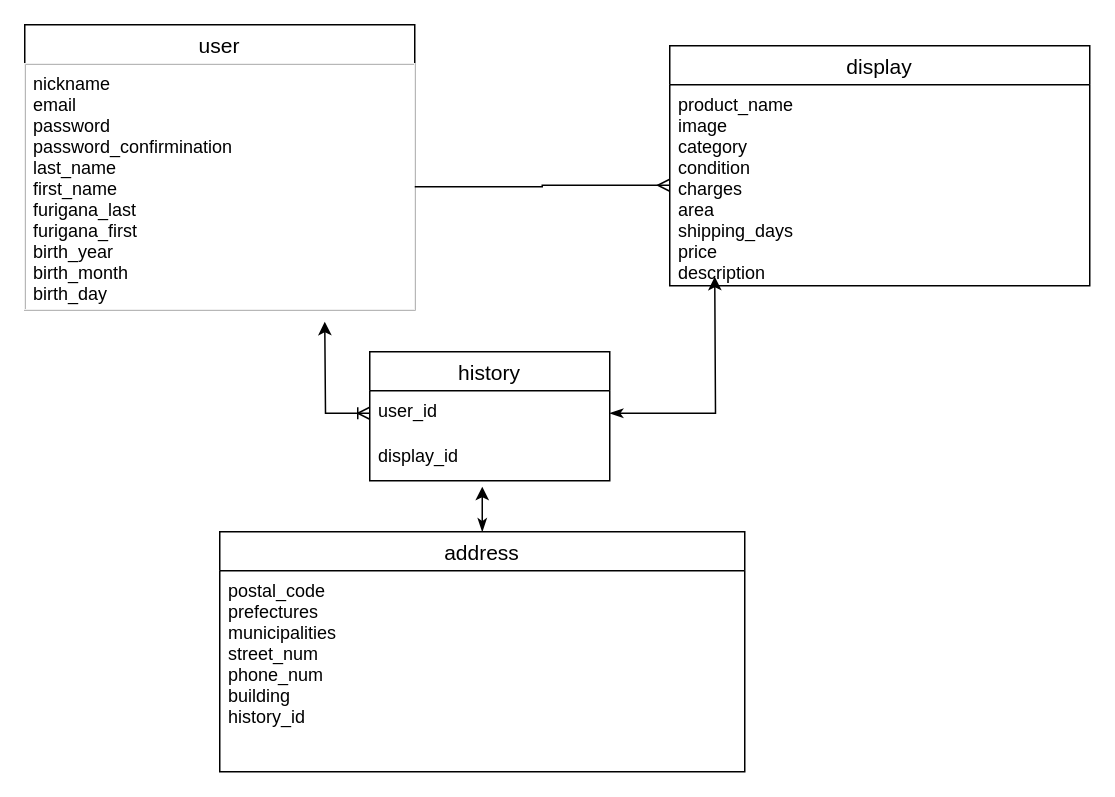
Above: furima.dio in isseiyasuda/furima-31961 (draw.io), before the change. Source tidied: cells renumbered, new cells numbered last; positions are measured from the earlier drawing's top-left corner, leaving out a move shared by most shapes. Both pictures are drawn from the tidied source at 150%, with x=0, y=0 at pixel (24, 24).
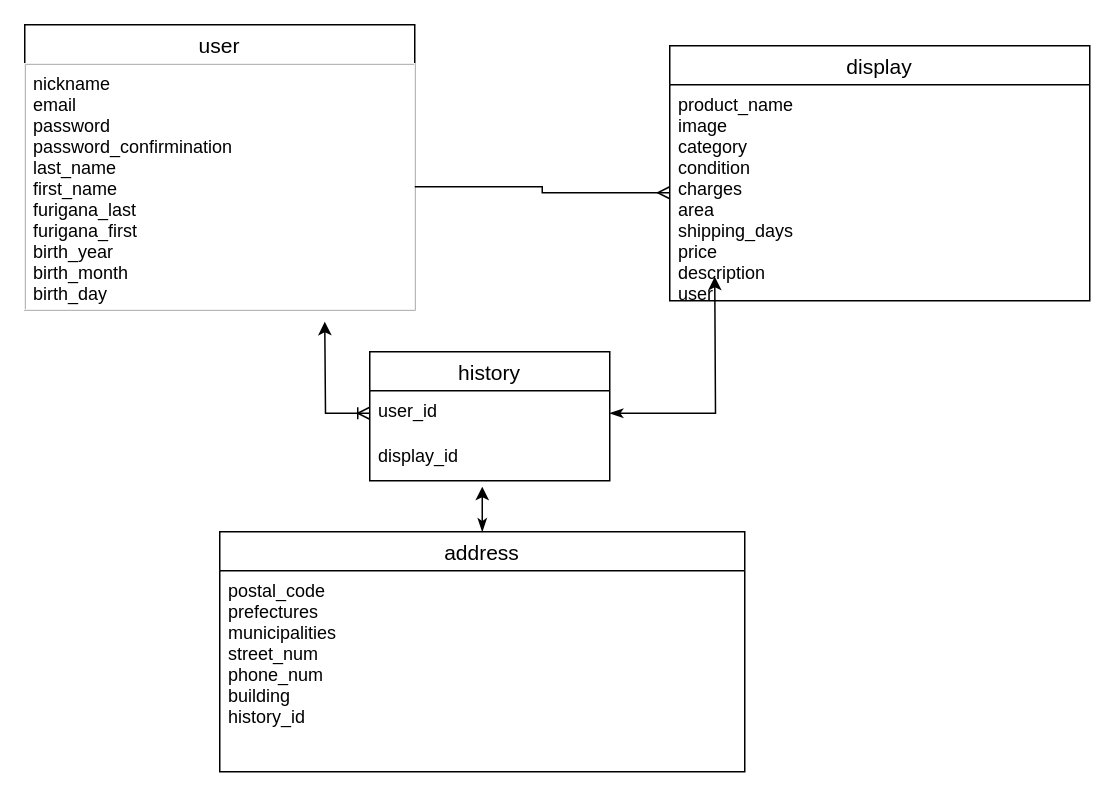
The same page after the edit.

Change to the diagram source:
```diff
@@
 <mxGraphModel>
   <root>
     <mxCell id="0" />
     <mxCell id="1" parent="0" />
     <mxCell id="2" value="user" style="swimlane;fontStyle=0;horizontal=1;startSize=26;align=center;fontSize=14;" parent="1" vertex="1">
       <mxGeometry width="260" height="190" as="geometry" />
     </mxCell>
     <mxCell id="3" value="nickname&#10;email&#10;password&#10;password_confirmination&#10;last_name&#10;first_name&#10;furigana_last&#10;furigana_first&#10;birth_year&#10;birth_month&#10;birth_day&#10;" style="text;fillColor=none;spacingLeft=4;spacingRight=4;overflow=hidden;points=[[0,0.5],[1,0.5]];portConstraint=eastwest;fontSize=12;strokeColor=#f0f0f0;" parent="2" vertex="1">
       <mxGeometry y="26" width="260" height="164" as="geometry" />
     </mxCell>
     <mxCell id="4" value="display" style="swimlane;fontStyle=0;horizontal=1;startSize=26;align=center;fontSize=14;" parent="1" vertex="1">
-      <mxGeometry x="430" y="14" width="280" height="160" as="geometry" />
+      <mxGeometry x="430" y="14" width="280" height="170" as="geometry" />
     </mxCell>
-    <mxCell id="5" value="product_name&#10;image&#10;category&#10;condition&#10;charges&#10;area&#10;shipping_days&#10;price&#10;description" style="text;strokeColor=none;fillColor=none;spacingLeft=4;spacingRight=4;overflow=hidden;points=[[0,0.5],[1,0.5]];portConstraint=eastwest;fontSize=12;" parent="4" vertex="1">
-      <mxGeometry y="26" width="280" height="134" as="geometry" />
+    <mxCell id="5" value="product_name&#10;image&#10;category&#10;condition&#10;charges&#10;area&#10;shipping_days&#10;price&#10;description&#10;user" style="text;strokeColor=none;fillColor=none;spacingLeft=4;spacingRight=4;overflow=hidden;points=[[0,0.5],[1,0.5]];portConstraint=eastwest;fontSize=12;" parent="4" vertex="1">
+      <mxGeometry y="26" width="280" height="144" as="geometry" />
     </mxCell>
     <mxCell id="6" style="edgeStyle=orthogonalEdgeStyle;rounded=0;jettySize=auto;html=1;exitX=0.5;exitY=0;exitDx=0;exitDy=0;startArrow=classicThin;startFill=1;" parent="1" edge="1" source="7">
       <mxGeometry relative="1" as="geometry">
         <mxPoint x="305" y="308" as="targetPoint" />
       </mxGeometry>
     </mxCell>
     <mxCell id="7" value="address" style="swimlane;fontStyle=0;horizontal=1;startSize=26;align=center;fontSize=14;" parent="1" vertex="1">
       <mxGeometry x="130" y="338" width="350" height="160" as="geometry" />
     </mxCell>
     <mxCell id="8" value="postal_code&#10;prefectures&#10;municipalities&#10;street_num&#10;phone_num&#10;building&#10;history_id" style="text;strokeColor=none;fillColor=none;spacingLeft=4;spacingRight=4;overflow=hidden;fontSize=12;" parent="7" vertex="1">
       <mxGeometry y="26" width="350" height="134" as="geometry" />
     </mxCell>
     <mxCell id="9" style="edgeStyle=orthogonalEdgeStyle;rounded=0;jettySize=auto;html=1;entryX=0;entryY=0.5;entryDx=0;entryDy=0;endArrow=ERmany;endFill=0;" parent="1" edge="1" source="3" target="5">
       <mxGeometry relative="1" as="geometry" />
     </mxCell>
     <mxCell id="10" value="history" style="swimlane;fontStyle=0;horizontal=1;startSize=26;align=center;fontSize=14;" parent="1" vertex="1">
       <mxGeometry x="230" y="218" width="160" height="86" as="geometry" />
     </mxCell>
     <mxCell id="11" value="user_id" style="text;fillColor=none;spacingLeft=4;spacingRight=4;overflow=hidden;points=[[0,0.5],[1,0.5]];portConstraint=eastwest;fontSize=12;" parent="10" vertex="1">
       <mxGeometry y="26" width="160" height="30" as="geometry" />
     </mxCell>
     <mxCell id="12" value="display_id" style="text;strokeColor=none;fillColor=none;spacingLeft=4;spacingRight=4;overflow=hidden;fontSize=12;" parent="10" vertex="1">
       <mxGeometry y="56" width="160" height="30" as="geometry" />
     </mxCell>
     <mxCell id="13" style="edgeStyle=orthogonalEdgeStyle;rounded=0;jettySize=auto;html=1;exitX=0;exitY=0.5;exitDx=0;exitDy=0;startArrow=ERoneToMany;startFill=0;" parent="1" edge="1" source="11">
       <mxGeometry relative="1" as="geometry">
         <mxPoint x="200" y="198" as="targetPoint" />
       </mxGeometry>
     </mxCell>
     <mxCell id="14" style="edgeStyle=orthogonalEdgeStyle;rounded=0;jettySize=auto;html=1;exitX=1;exitY=0.5;exitDx=0;exitDy=0;startArrow=classicThin;startFill=1;" parent="1" edge="1" source="11">
       <mxGeometry relative="1" as="geometry">
         <mxPoint x="460" y="168" as="targetPoint" />
       </mxGeometry>
     </mxCell>
   </root>
 </mxGraphModel>
```
